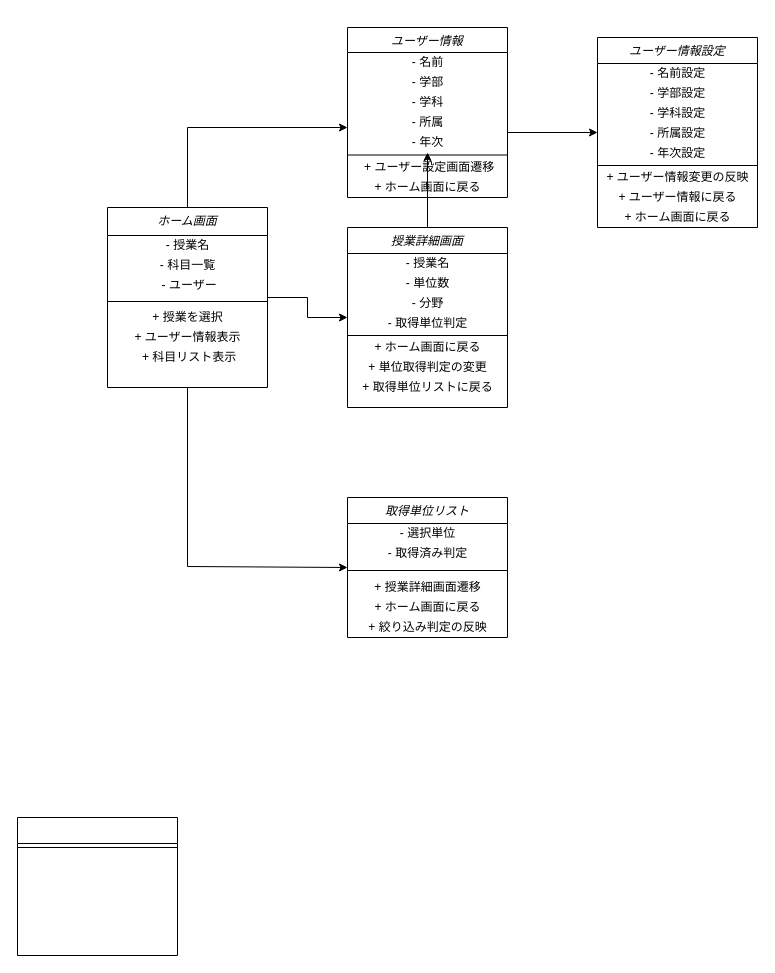
This is Untitled Diagram.drawio from donafudo/SoftDevTeamJ, a draw.io file, before an edit. Source tidied: cells renumbered, new cells numbered last; positions are measured from the earlier drawing's top-left corner, leaving out a move shared by most shapes. Both pictures are drawn from the tidied source at 100%, with x=0, y=0 at pixel (17, 27).
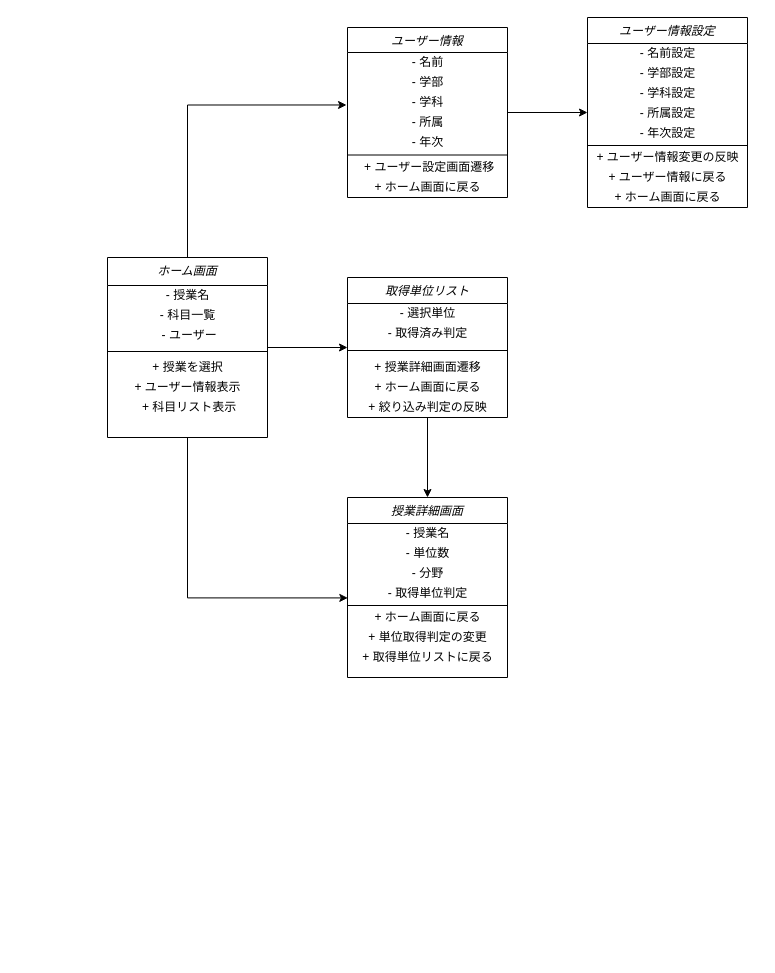
After the change.

The change refers to these unchanged cells:
```xml
<mxCell id="27" value="- 所属設定" style="text;html=1;align=center;verticalAlign=middle;points=[];" parent="23" vertex="1">
  <mxGeometry y="86" width="160" height="20" as="geometry" />
</mxCell>
<mxCell id="38" value="- 取得単位判定" style="text;html=1;align=center;verticalAlign=middle;points=[];" parent="34" vertex="1">
  <mxGeometry y="86" width="160" height="20" as="geometry" />
</mxCell>
<mxCell id="44" value="ユーザー情報" style="swimlane;fontStyle=2;align=center;verticalAlign=top;horizontal=1;startSize=25;rounded=0;shadow=0;strokeWidth=1;" parent="1" vertex="1">
  <mxGeometry x="330" width="160" height="170" as="geometry" />
</mxCell>
<mxCell id="47" value="- 学科" style="text;html=1;align=center;verticalAlign=middle;points=[];" parent="44" vertex="1">
  <mxGeometry y="65" width="160" height="20" as="geometry" />
</mxCell>
<mxCell id="49" value="- 年次" style="text;html=1;align=center;verticalAlign=middle;points=[];" parent="44" vertex="1">
  <mxGeometry y="105" width="160" height="20" as="geometry" />
</mxCell>
```

Change to the diagram source:
```diff
@@
-    <mxCell id="2" style="edgeStyle=orthogonalEdgeStyle;rounded=0;jettySize=auto;html=1;entryX=0;entryY=0.5;entryDx=0;entryDy=0;" parent="1" edge="1" source="5" target="34">
-      <mxGeometry relative="1" as="geometry" />
-    </mxCell>
-    <mxCell id="3" style="edgeStyle=orthogonalEdgeStyle;rounded=0;jettySize=auto;html=1;" parent="1" edge="1" source="5">
-      <mxGeometry relative="1" as="geometry">
-        <mxPoint x="330" y="100" as="targetPoint" />
-        <Array as="points">
-          <mxPoint x="170" y="100" />
-          <mxPoint x="170" y="100" />
-        </Array>
-      </mxGeometry>
-    </mxCell>
+    <mxCell id="53" style="edgeStyle=orthogonalEdgeStyle;rounded=0;jettySize=auto;html=1;exitX=0.5;exitY=0;exitDx=0;exitDy=0;entryX=-0.006;entryY=0.624;entryDx=0;entryDy=0;entryPerimeter=0;" parent="1" edge="1" source="5" target="47">
+      <mxGeometry relative="1" as="geometry" />
+    </mxCell>
+    <mxCell id="54" style="edgeStyle=orthogonalEdgeStyle;rounded=0;jettySize=auto;html=1;entryX=0.002;entryY=0.721;entryDx=0;entryDy=0;entryPerimeter=0;exitX=0.5;exitY=1;exitDx=0;exitDy=0;" parent="1" edge="1" source="5" target="38">
+      <mxGeometry relative="1" as="geometry" />
+    </mxCell>
     <mxCell id="4" style="edgeStyle=orthogonalEdgeStyle;rounded=0;jettySize=auto;html=1;entryX=0;entryY=0.5;entryDx=0;entryDy=0;" parent="1" edge="1" source="5" target="16">
-      <mxGeometry relative="1" as="geometry">
-        <Array as="points">
-          <mxPoint x="170" y="539" />
-        </Array>
-      </mxGeometry>
+      <mxGeometry relative="1" as="geometry" />
     </mxCell>
     <mxCell id="5" value="ホーム画面" style="swimlane;fontStyle=2;align=center;verticalAlign=top;horizontal=1;startSize=28;rounded=0;shadow=0;strokeWidth=1;" parent="1" vertex="1">
-      <mxGeometry x="90" y="180" width="160" height="180" as="geometry" />
+      <mxGeometry x="90" y="230" width="160" height="180" as="geometry" />
     </mxCell>
@@
-    <mxCell id="13" style="swimlane;fontStyle=2;align=center;verticalAlign=top;horizontal=1;startSize=26;rounded=0;shadow=0;strokeWidth=1;" parent="1" vertex="1">
-      <mxGeometry y="790" width="160" height="138" as="geometry" />
-    </mxCell>
-    <mxCell id="14" style="line;html=1;strokeWidth=1;align=left;verticalAlign=middle;spacingTop=-1;spacingLeft=3;spacingRight=3;labelPosition=right;" parent="13" vertex="1">
-      <mxGeometry y="26" width="160" height="8" as="geometry" />
-    </mxCell>
@@
+    <mxCell id="55" style="edgeStyle=orthogonalEdgeStyle;rounded=0;jettySize=auto;html=1;entryX=0.5;entryY=0;entryDx=0;entryDy=0;" parent="1" edge="1" source="16" target="34">
+      <mxGeometry relative="1" as="geometry" />
+    </mxCell>
     <mxCell id="16" value="取得単位リスト" style="swimlane;fontStyle=2;align=center;verticalAlign=top;horizontal=1;startSize=26;rounded=0;shadow=0;strokeWidth=1;" parent="1" vertex="1">
-      <mxGeometry x="330" y="470" width="160" height="140" as="geometry" />
+      <mxGeometry x="330" y="250" width="160" height="140" as="geometry" />
     </mxCell>
@@
     <mxCell id="23" value="ユーザー情報設定" style="swimlane;fontStyle=2;align=center;verticalAlign=top;horizontal=1;startSize=26;rounded=0;shadow=0;strokeWidth=1;" parent="1" vertex="1">
-      <mxGeometry x="580" y="10" width="160" height="190" as="geometry" />
+      <mxGeometry x="570" y="-10" width="160" height="190" as="geometry" />
     </mxCell>
@@
-    <mxCell id="33" style="edgeStyle=orthogonalEdgeStyle;rounded=0;jettySize=auto;html=1;" parent="1" edge="1" source="34" target="49">
-      <mxGeometry relative="1" as="geometry" />
-    </mxCell>
     <mxCell id="34" value="授業詳細画面" style="swimlane;fontStyle=2;align=center;verticalAlign=top;horizontal=1;startSize=26;rounded=0;shadow=0;strokeWidth=1;" parent="1" vertex="1">
-      <mxGeometry x="330" y="200" width="160" height="180" as="geometry" />
+      <mxGeometry x="330" y="470" width="160" height="180" as="geometry" />
     </mxCell>
@@
-    <mxCell id="43" style="edgeStyle=orthogonalEdgeStyle;rounded=0;jettySize=auto;html=1;entryX=0;entryY=0.5;entryDx=0;entryDy=0;" parent="1" edge="1" source="44" target="23">
-      <mxGeometry relative="1" as="geometry">
-        <Array as="points">
-          <mxPoint x="580" y="105" />
-        </Array>
-      </mxGeometry>
-    </mxCell>
+    <mxCell id="56" style="edgeStyle=orthogonalEdgeStyle;rounded=0;jettySize=auto;html=1;entryX=0;entryY=0.45;entryDx=0;entryDy=0;entryPerimeter=0;" parent="1" edge="1" source="44" target="27">
+      <mxGeometry relative="1" as="geometry" />
+    </mxCell>
```
